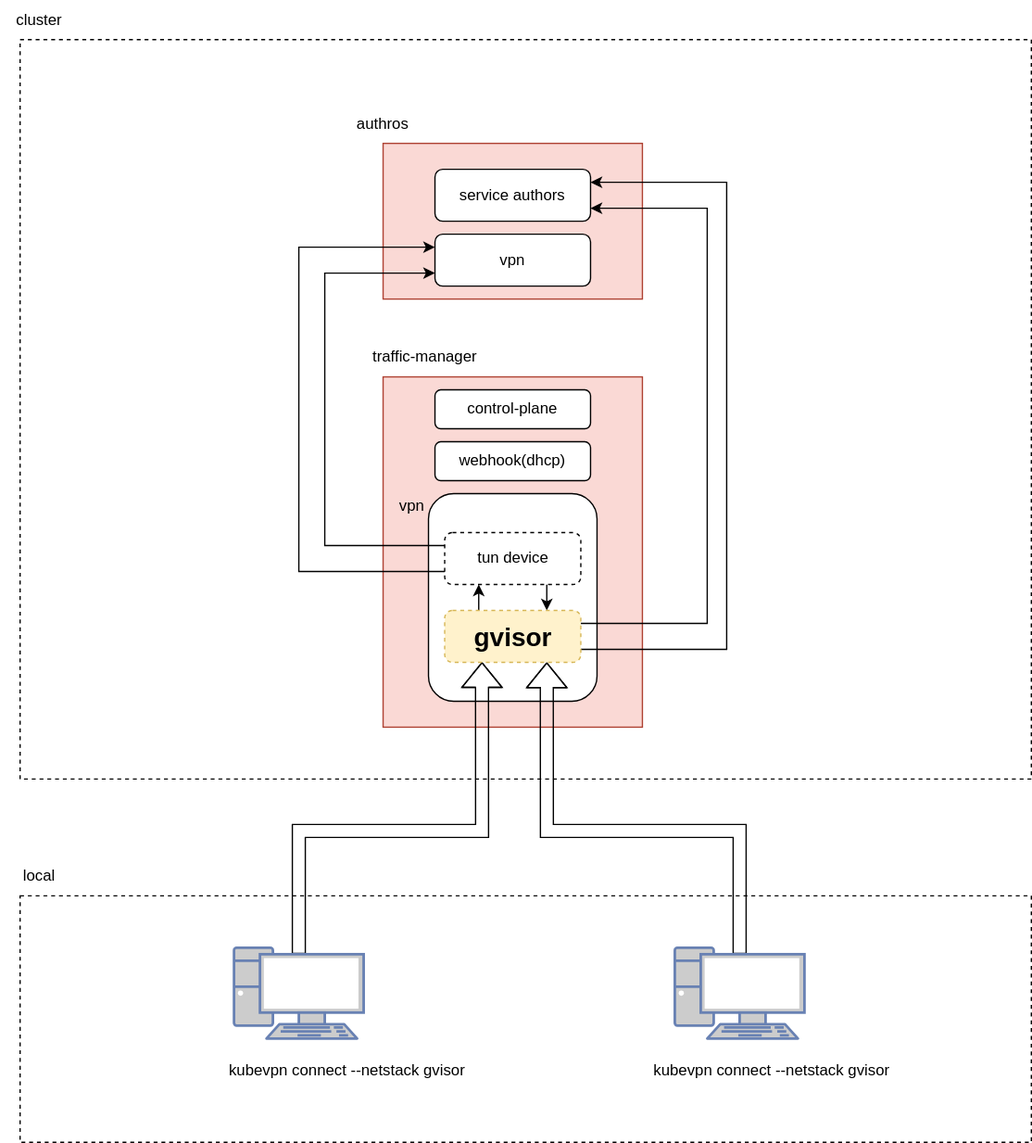
Before: docs/faq/img/connect_network_stack_gvisor.svg, a diagram exported from draw.io (kubenetworks/kubenetworks.github.io). Source tidied: cells renumbered, new cells last; positions are measured from the earlier drawing's top-left corner, leaving out a move shared by most shapes.
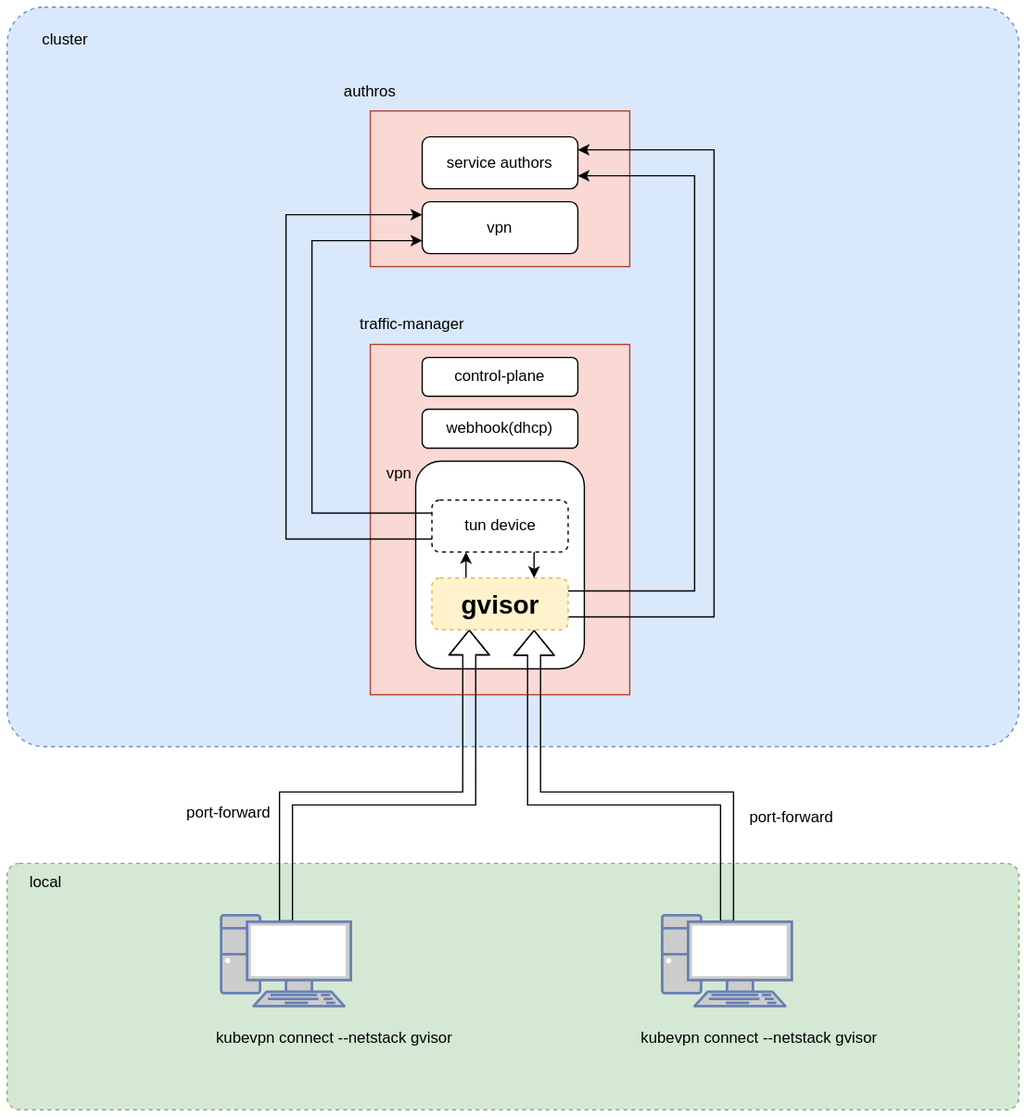
The same diagram one commit later.

Commit message:
docs: update faq arch

Change to the diagram source:
```diff
@@ -2,10 +2,10 @@
   <root>
     <mxCell id="0" />
     <mxCell id="1" parent="0" />
-    <mxCell id="2" style="rounded=0;whiteSpace=wrap;html=1;dashed=1;" parent="1" vertex="1">
+    <mxCell id="2" style="rounded=1;whiteSpace=wrap;html=1;dashed=1;arcSize=5;fillColor=#d5e8d4;strokeColor=#82b366;" parent="1" vertex="1">
       <mxGeometry x="15" y="690" width="780" height="190" as="geometry" />
     </mxCell>
-    <mxCell id="3" style="rounded=0;whiteSpace=wrap;html=1;dashed=1;" parent="1" vertex="1">
+    <mxCell id="3" style="rounded=1;whiteSpace=wrap;html=1;dashed=1;arcSize=5;fillColor=#dae8fc;strokeColor=#6c8ebf;" parent="1" vertex="1">
       <mxGeometry x="15" y="30" width="780" height="570" as="geometry" />
     </mxCell>
     <mxCell id="4" style="rounded=0;whiteSpace=wrap;html=1;fillColor=#fad9d5;strokeColor=#ae4132;" parent="1" vertex="1">
@@ -71,10 +71,10 @@
       <mxGeometry x="260" y="80" width="70" height="30" as="geometry" />
     </mxCell>
     <mxCell id="18" value="cluster" style="text;html=1;align=center;verticalAlign=middle;whiteSpace=wrap;rounded=0;" parent="1" vertex="1">
-      <mxGeometry width="60" height="30" as="geometry" />
+      <mxGeometry x="30" y="40" width="60" height="30" as="geometry" />
     </mxCell>
     <mxCell id="19" value="local" style="text;html=1;align=center;verticalAlign=middle;whiteSpace=wrap;rounded=0;" parent="1" vertex="1">
-      <mxGeometry y="660" width="60" height="30" as="geometry" />
+      <mxGeometry x="15" y="690" width="60" height="30" as="geometry" />
     </mxCell>
     <mxCell id="20" style="edgeStyle=orthogonalEdgeStyle;rounded=0;jettySize=auto;html=1;exitX=0.75;exitY=1;exitDx=0;exitDy=0;entryX=0.75;entryY=0;entryDx=0;entryDy=0;" parent="1" edge="1" source="23" target="26">
       <mxGeometry relative="1" as="geometry" />
@@ -116,5 +116,11 @@
     <mxCell id="29" style="fontColor=#0066CC;verticalAlign=top;verticalLabelPosition=bottom;labelPosition=center;align=center;html=1;outlineConnect=0;fillColor=#CCCCCC;strokeColor=#6881B3;gradientColor=none;gradientDirection=north;strokeWidth=2;shape=mxgraph.networks.pc;" parent="1" vertex="1">
       <mxGeometry x="520" y="730" width="100" height="70" as="geometry" />
     </mxCell>
+    <mxCell id="30" value="port-forward" style="text;html=1;align=center;verticalAlign=middle;whiteSpace=wrap;rounded=0;" parent="1" vertex="1">
+      <mxGeometry x="580" y="640" width="80" height="30" as="geometry" />
+    </mxCell>
+    <mxCell id="31" value="port-forward" style="text;html=1;align=center;verticalAlign=middle;whiteSpace=wrap;rounded=0;" parent="1" vertex="1">
+      <mxGeometry x="146" y="636" width="80" height="30" as="geometry" />
+    </mxCell>
   </root>
 </mxGraphModel>
```
